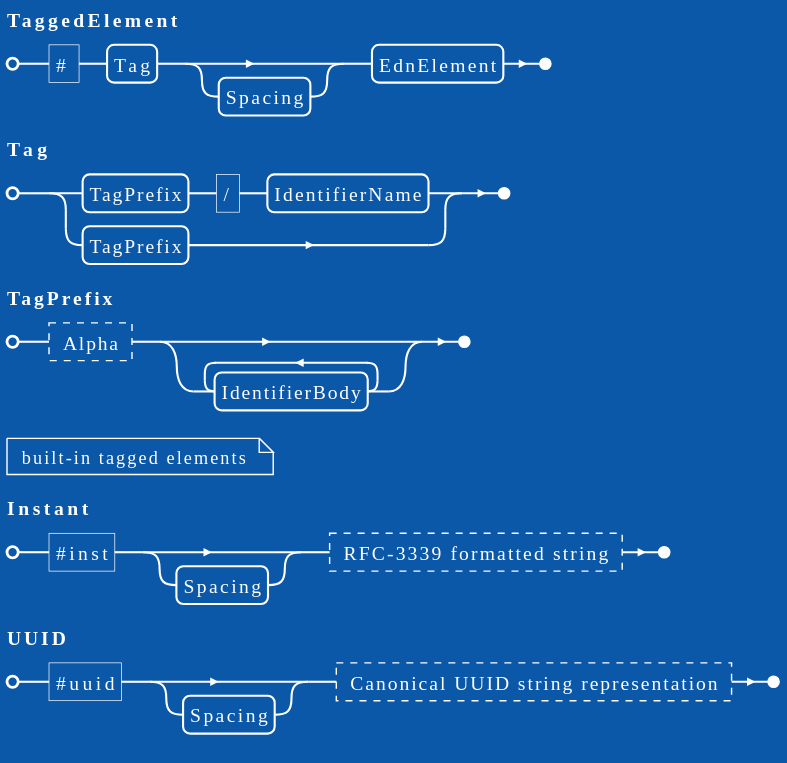
The PlantUML diagram docs/grammar/edn_tagged.svg in DotFox/edn.c, before a commit.
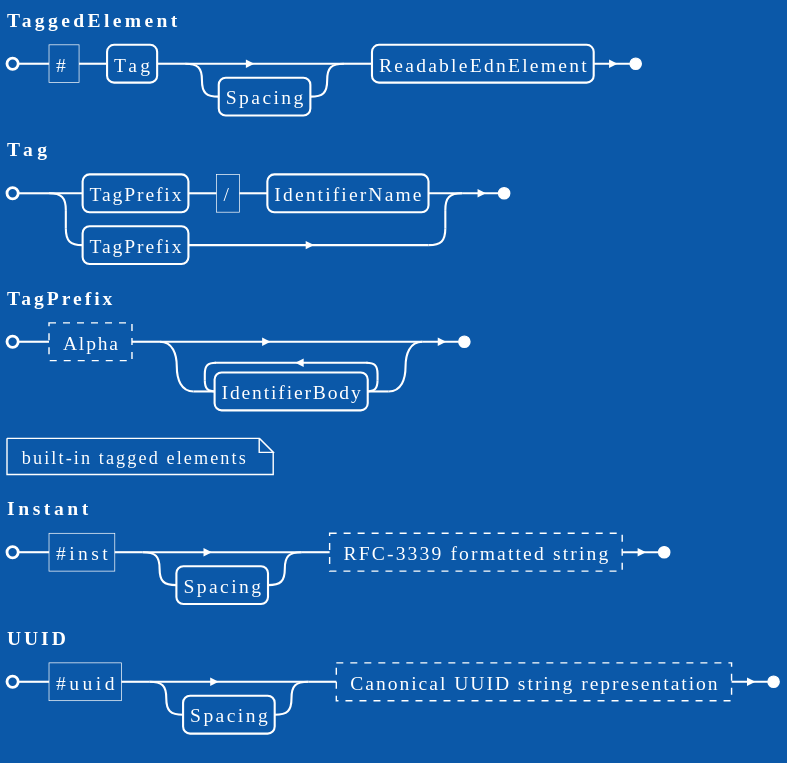
After the change.

Commit message:
Fix HexDigit, add ReadableEdnElement

What changed in the source:
```diff
@@ -1,6 +1,6 @@
 @startebnf
 !theme amiga
-TaggedElement = "#" , Tag , [ Spacing ] , EdnElement ;
+TaggedElement = "#" , Tag , [ Spacing ] , ReadableEdnElement ;
 
 Tag = TagPrefix , "/" , IdentifierName
     | TagPrefix ;
```
